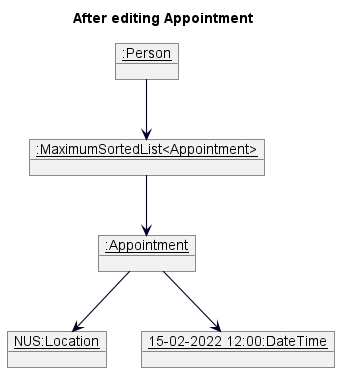
Above: docs/images/AfterEditAppointmentObjectDiagram.png in nus-cs2103-AY2223S1/tp (PlantUML), before the change.
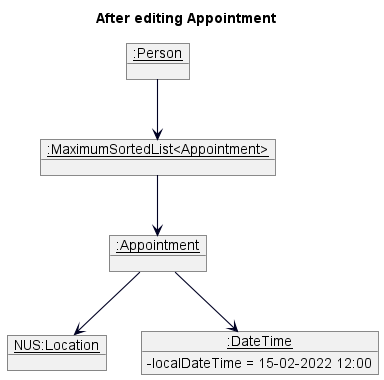
After the change.

Commit message:
Edit object diagram for datetime

Change to the diagram source:
```diff
@@ -19,7 +19,8 @@
 object "__NUS:Location__" as location {
 }
 
-object "__15-02-2022 12:00:DateTime__" as dateTime {
+object "__:DateTime__" as dateTime {
+ - localDateTime = 15-02-2022 12:00
 }
 
 person --> appointmentList
```
